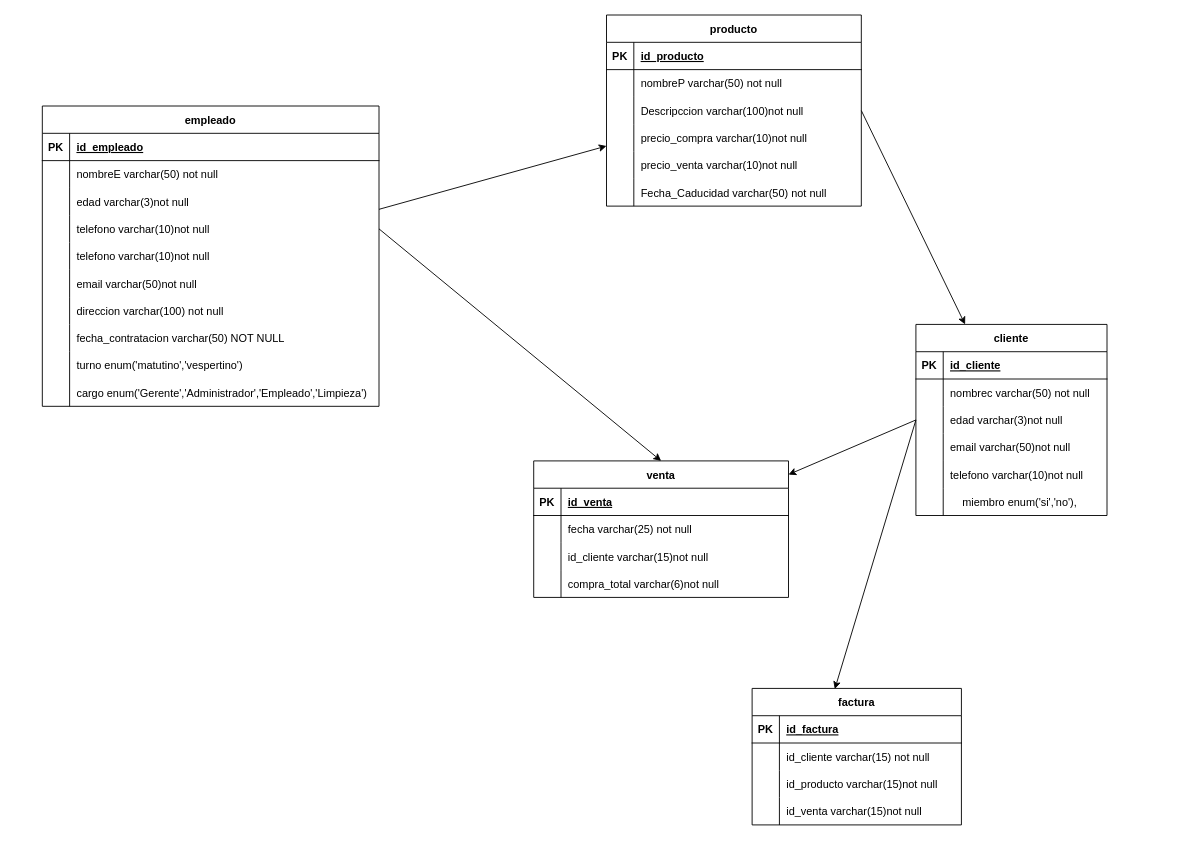
This is page "tabla-identidad_relacion" (2 of 2) of DIAGRAMAS/TIENDA.dio from HECTOR-KDM02/FDB-Hector-Santiago, a draw.io file, before an edit. Source tidied: cells renumbered, new cells numbered last; positions are measured from the earlier drawing's top-left corner, leaving out a move shared by most shapes. Both pictures are drawn from the tidied source at 91%, with x=0, y=0 at pixel (42, 15).
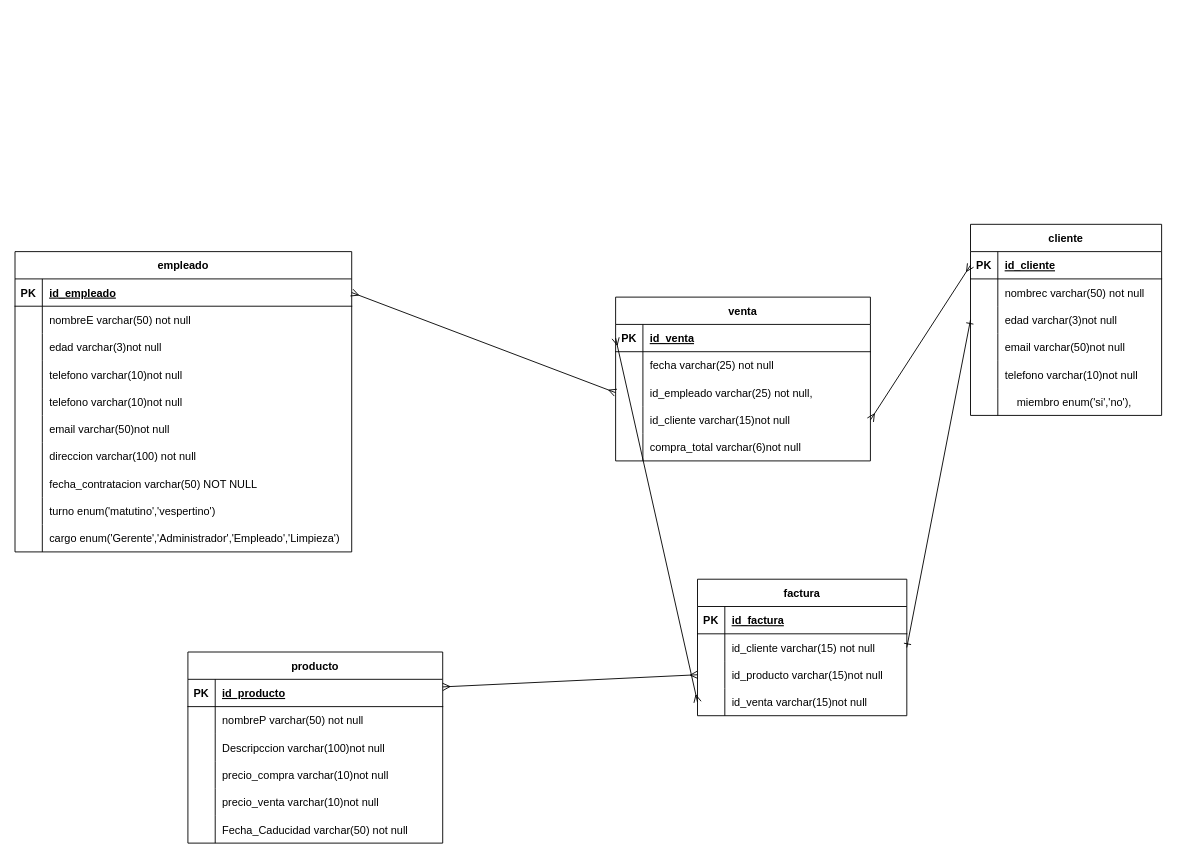
After the change.

The change refers to these unchanged cells:
```xml
<mxCell id="3" style="shape=tableRow;horizontal=0;startSize=0;swimlaneHead=0;swimlaneBody=0;fillColor=none;points=[[0,0.5],[1,0.5]];portConstraint=eastwest;top=0;left=0;right=0;bottom=1;" parent="2" vertex="1">
  <mxGeometry y="30" width="280" height="30" as="geometry" />
</mxCell>
<mxCell id="9" style="shape=tableRow;horizontal=0;startSize=0;swimlaneHead=0;swimlaneBody=0;fillColor=none;points=[[0,0.5],[1,0.5]];portConstraint=eastwest;top=0;left=0;right=0;bottom=0;" parent="2" vertex="1">
  <mxGeometry y="90" width="280" height="30" as="geometry" />
</mxCell>
<mxCell id="22" style="shape=tableRow;horizontal=0;startSize=0;swimlaneHead=0;swimlaneBody=0;fillColor=none;points=[[0,0.5],[1,0.5]];portConstraint=eastwest;top=0;left=0;right=0;bottom=1;" parent="21" vertex="1">
  <mxGeometry y="30" width="370" height="30" as="geometry" />
</mxCell>
<mxCell id="31" style="shape=tableRow;horizontal=0;startSize=0;swimlaneHead=0;swimlaneBody=0;fillColor=none;points=[[0,0.5],[1,0.5]];portConstraint=eastwest;top=0;left=0;right=0;bottom=0;" parent="21" vertex="1">
  <mxGeometry y="120" width="370" height="30" as="geometry" />
</mxCell>
<mxCell id="53" style="shape=tableRow;horizontal=0;startSize=0;swimlaneHead=0;swimlaneBody=0;fillColor=none;points=[[0,0.5],[1,0.5]];portConstraint=eastwest;top=0;left=0;right=0;bottom=1;" parent="52" vertex="1">
  <mxGeometry y="30" width="210" height="30" as="geometry" />
</mxCell>
<mxCell id="59" style="shape=tableRow;horizontal=0;startSize=0;swimlaneHead=0;swimlaneBody=0;fillColor=none;points=[[0,0.5],[1,0.5]];portConstraint=eastwest;top=0;left=0;right=0;bottom=0;" parent="52" vertex="1">
  <mxGeometry y="90" width="210" height="30" as="geometry" />
</mxCell>
<mxCell id="72" style="shape=tableRow;horizontal=0;startSize=0;swimlaneHead=0;swimlaneBody=0;fillColor=none;points=[[0,0.5],[1,0.5]];portConstraint=eastwest;top=0;left=0;right=0;bottom=1;" parent="71" vertex="1">
  <mxGeometry y="30" width="280" height="30" as="geometry" />
</mxCell>
<mxCell id="88" style="shape=tableRow;horizontal=0;startSize=0;swimlaneHead=0;swimlaneBody=0;fillColor=none;points=[[0,0.5],[1,0.5]];portConstraint=eastwest;top=0;left=0;right=0;bottom=0;" parent="84" vertex="1">
  <mxGeometry y="60" width="230" height="30" as="geometry" />
</mxCell>
<mxCell id="91" style="shape=tableRow;horizontal=0;startSize=0;swimlaneHead=0;swimlaneBody=0;fillColor=none;points=[[0,0.5],[1,0.5]];portConstraint=eastwest;top=0;left=0;right=0;bottom=0;" parent="84" vertex="1">
  <mxGeometry y="90" width="230" height="30" as="geometry" />
</mxCell>
<mxCell id="94" style="shape=tableRow;horizontal=0;startSize=0;swimlaneHead=0;swimlaneBody=0;fillColor=none;points=[[0,0.5],[1,0.5]];portConstraint=eastwest;top=0;left=0;right=0;bottom=0;" parent="84" vertex="1">
  <mxGeometry y="120" width="230" height="30" as="geometry" />
</mxCell>
```

Diff of the diagram source:
```diff
@@
     <mxCell id="2" value="producto" style="shape=table;startSize=30;childLayout=tableLayout;rowLines=0;fontStyle=1;align=center;" parent="1" vertex="1">
-      <mxGeometry x="620" width="280" height="210" as="geometry" />
+      <mxGeometry x="160" y="700" width="280" height="210" as="geometry" />
     </mxCell>
@@
     <mxCell id="21" value="empleado" style="shape=table;startSize=30;childLayout=tableLayout;rowLines=0;fontStyle=1;align=center;" parent="1" vertex="1">
-      <mxGeometry y="100" width="370" height="330" as="geometry" />
+      <mxGeometry x="-30" y="260" width="370" height="330" as="geometry" />
     </mxCell>
@@
     <mxCell id="52" value="cliente" style="shape=table;startSize=30;childLayout=tableLayout;rowLines=0;fontStyle=1;align=center;" parent="1" vertex="1">
-      <mxGeometry x="960" y="340" width="210" height="210" as="geometry" />
+      <mxGeometry x="1020" y="230" width="210" height="210" as="geometry" />
     </mxCell>
@@
     <mxCell id="71" value="venta" style="shape=table;startSize=30;childLayout=tableLayout;rowLines=0;fontStyle=1;align=center;" parent="1" vertex="1">
-      <mxGeometry x="540" y="490" width="280" height="150" as="geometry" />
+      <mxGeometry x="630" y="310" width="280" height="180" as="geometry" />
     </mxCell>
@@
+    <mxCell id="102" style="shape=tableRow;horizontal=0;startSize=0;swimlaneHead=0;swimlaneBody=0;fillColor=none;points=[[0,0.5],[1,0.5]];portConstraint=eastwest;top=0;left=0;right=0;bottom=0;" parent="71" vertex="1">
+      <mxGeometry y="90" width="280" height="30" as="geometry" />
+    </mxCell>
+    <mxCell id="103" style="shape=partialRectangle;fillColor=none;top=0;left=0;bottom=0;right=0;overflow=hidden;" parent="102" vertex="1">
+      <mxGeometry width="30" height="30" as="geometry" />
+    </mxCell>
+    <mxCell id="104" value="id_empleado varchar(25) not null," style="shape=partialRectangle;fillColor=none;top=0;left=0;bottom=0;right=0;align=left;spacingLeft=6;overflow=hidden;" parent="102" vertex="1">
+      <mxGeometry x="30" width="250" height="30" as="geometry" />
+    </mxCell>
     <mxCell id="78" style="shape=tableRow;horizontal=0;startSize=0;swimlaneHead=0;swimlaneBody=0;fillColor=none;points=[[0,0.5],[1,0.5]];portConstraint=eastwest;top=0;left=0;right=0;bottom=0;" parent="71" vertex="1">
-      <mxGeometry y="90" width="280" height="30" as="geometry" />
+      <mxGeometry y="120" width="280" height="30" as="geometry" />
     </mxCell>
@@
     <mxCell id="81" style="shape=tableRow;horizontal=0;startSize=0;swimlaneHead=0;swimlaneBody=0;fillColor=none;top=0;left=0;right=0;bottom=0;" parent="71" vertex="1">
-      <mxGeometry y="120" width="280" height="30" as="geometry" />
+      <mxGeometry y="150" width="280" height="30" as="geometry" />
     </mxCell>
@@
     <mxCell id="84" value="factura" style="shape=table;startSize=30;childLayout=tableLayout;rowLines=0;fontStyle=1;align=center;" parent="1" vertex="1">
-      <mxGeometry x="780" y="740" width="230" height="150" as="geometry" />
+      <mxGeometry x="720" y="620" width="230" height="150" as="geometry" />
     </mxCell>
@@
-    <mxCell id="97" style="edgeStyle=none;html=1;" parent="1" edge="1" source="21" target="2">
-      <mxGeometry relative="1" as="geometry" />
-    </mxCell>
-    <mxCell id="98" style="edgeStyle=none;html=1;exitX=1;exitY=0.5;exitDx=0;exitDy=0;" parent="1" edge="1" source="9" target="52">
-      <mxGeometry relative="1" as="geometry" />
-    </mxCell>
-    <mxCell id="99" style="edgeStyle=none;html=1;exitX=1;exitY=0.5;exitDx=0;exitDy=0;entryX=0.5;entryY=0;entryDx=0;entryDy=0;" parent="1" edge="1" source="31" target="71">
+    <mxCell id="99" style="edgeStyle=none;html=1;startArrow=ERmany;startFill=0;endArrow=ERmany;endFill=0;exitX=1;exitY=0.5;exitDx=0;exitDy=0;entryX=0;entryY=0.5;entryDx=0;entryDy=0;" parent="1" edge="1" source="22" target="102">
       <mxGeometry relative="1" as="geometry" />
     </mxCell>
-    <mxCell id="100" style="edgeStyle=none;html=1;exitX=0;exitY=0.5;exitDx=0;exitDy=0;" parent="1" edge="1" source="59" target="71">
-      <mxGeometry relative="1" as="geometry" />
-    </mxCell>
-    <mxCell id="101" style="edgeStyle=none;html=1;exitX=0;exitY=0.5;exitDx=0;exitDy=0;entryX=0.395;entryY=0.005;entryDx=0;entryDy=0;entryPerimeter=0;" parent="1" edge="1" source="59" target="84">
+    <mxCell id="101" style="edgeStyle=none;html=1;exitX=0;exitY=0.5;exitDx=0;exitDy=0;endArrow=ERone;endFill=0;startArrow=ERone;startFill=0;entryX=1;entryY=0.5;entryDx=0;entryDy=0;shadow=0;" parent="1" edge="1" source="59" target="88">
       <mxGeometry relative="1" as="geometry" />
     </mxCell>
+    <mxCell id="105" style="edgeStyle=none;html=1;exitX=0;exitY=0.5;exitDx=0;exitDy=0;startArrow=ERmany;startFill=0;endArrow=ERmany;endFill=0;entryX=1;entryY=0.5;entryDx=0;entryDy=0;" parent="1" edge="1" source="53" target="78">
+      <mxGeometry relative="1" as="geometry" />
+    </mxCell>
+    <mxCell id="106" style="edgeStyle=none;html=1;entryX=0;entryY=0.5;entryDx=0;entryDy=0;startArrow=ERmany;startFill=0;endArrow=ERmany;endFill=0;" parent="1" edge="1" source="3" target="91">
+      <mxGeometry relative="1" as="geometry" />
+    </mxCell>
+    <mxCell id="107" style="edgeStyle=none;html=1;exitX=0;exitY=0.5;exitDx=0;exitDy=0;entryX=0;entryY=0.5;entryDx=0;entryDy=0;startArrow=ERmany;startFill=0;endArrow=ERmany;endFill=0;" parent="1" edge="1" source="72" target="94">
+      <mxGeometry relative="1" as="geometry" />
+    </mxCell>
```
